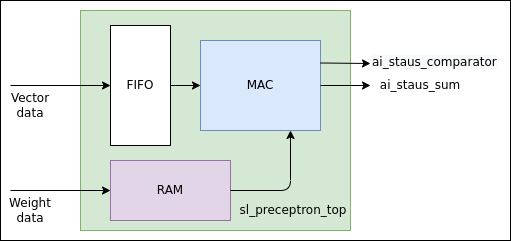
This is document/pic/sl_preceptron_dut.png from arunjeevaraj/sl_preceptron, a draw.io export, as it was before one commit. Source tidied: cells renumbered, new cells last; positions are measured from the earlier drawing's top-left corner, leaving out a move shared by most shapes. The source it was exported from:
```xml
<mxGraphModel>
  <root>
    <mxCell id="0" />
    <mxCell id="1" parent="0" />
    <mxCell id="2" style="rounded=0;whiteSpace=wrap;html=1;" parent="1" vertex="1">
      <mxGeometry width="510" height="240" as="geometry" />
    </mxCell>
    <mxCell id="3" style="rounded=0;whiteSpace=wrap;html=1;fillColor=#d5e8d4;strokeColor=#82b366;" parent="1" vertex="1">
      <mxGeometry x="80" y="10" width="270" height="220" as="geometry" />
    </mxCell>
    <mxCell id="4" value="FIFO" style="rounded=0;whiteSpace=wrap;html=1;" parent="1" vertex="1">
      <mxGeometry x="110" y="25" width="60" height="120" as="geometry" />
    </mxCell>
    <mxCell id="5" value="RAM" style="rounded=0;whiteSpace=wrap;html=1;fillColor=#e1d5e7;strokeColor=#9673a6;" parent="1" vertex="1">
      <mxGeometry x="110" y="160" width="120" height="60" as="geometry" />
    </mxCell>
    <mxCell id="6" value="MAC" style="rounded=0;whiteSpace=wrap;html=1;fillColor=#dae8fc;strokeColor=#6c8ebf;" parent="1" vertex="1">
      <mxGeometry x="200" y="40" width="120" height="90" as="geometry" />
    </mxCell>
    <mxCell id="7" style="endArrow=classic;html=1;" parent="1" edge="1" target="4">
      <mxGeometry relative="1" as="geometry">
        <mxPoint x="10" y="85" as="sourcePoint" />
      </mxGeometry>
    </mxCell>
    <mxCell id="8" style="endArrow=classic;html=1;exitX=1;exitY=0.25;exitDx=0;exitDy=0;entryX=0;entryY=0.5;entryDx=0;entryDy=0;" parent="1" edge="1" source="6" target="13">
      <mxGeometry relative="1" as="geometry" />
    </mxCell>
    <mxCell id="9" style="endArrow=classic;html=1;exitX=1;exitY=0.5;exitDx=0;exitDy=0;" parent="1" edge="1" source="6">
      <mxGeometry relative="1" as="geometry">
        <mxPoint x="370" y="85" as="targetPoint" />
      </mxGeometry>
    </mxCell>
    <mxCell id="10" style="endArrow=classic;html=1;exitX=1;exitY=0.5;exitDx=0;exitDy=0;entryX=0;entryY=0.5;entryDx=0;entryDy=0;" parent="1" edge="1" source="4" target="6">
      <mxGeometry relative="1" as="geometry" />
    </mxCell>
    <mxCell id="11" style="endArrow=classic;html=1;exitX=1;exitY=0.5;exitDx=0;exitDy=0;" parent="1" edge="1" source="5">
      <mxGeometry relative="1" as="geometry">
        <mxPoint x="290" y="130" as="targetPoint" />
        <Array as="points">
          <mxPoint x="290" y="190" />
        </Array>
      </mxGeometry>
    </mxCell>
    <mxCell id="12" value="ai_staus_sum" style="text;html=1;strokeColor=none;fillColor=none;align=center;verticalAlign=middle;whiteSpace=wrap;rounded=0;" parent="1" vertex="1">
      <mxGeometry x="370" y="75" width="100" height="20" as="geometry" />
    </mxCell>
    <mxCell id="13" value="&lt;span style=&quot;color: rgb(0 , 0 , 0) ; font-family: &amp;#34;helvetica&amp;#34; ; font-size: 12px ; font-style: normal ; font-weight: 400 ; letter-spacing: normal ; text-align: center ; text-indent: 0px ; text-transform: none ; word-spacing: 0px ; background-color: rgb(248 , 249 , 250) ; display: inline ; float: none&quot;&gt;ai_staus_comparator&lt;/span&gt;" style="text;whiteSpace=wrap;html=1;" parent="1" vertex="1">
      <mxGeometry x="370" y="48" width="110" height="30" as="geometry" />
    </mxCell>
    <mxCell id="14" style="endArrow=classic;html=1;entryX=0;entryY=0.5;entryDx=0;entryDy=0;" parent="1" edge="1" target="5">
      <mxGeometry relative="1" as="geometry">
        <mxPoint x="10" y="190" as="sourcePoint" />
      </mxGeometry>
    </mxCell>
    <mxCell id="15" value="Weight data" style="text;html=1;strokeColor=none;fillColor=none;align=center;verticalAlign=middle;whiteSpace=wrap;rounded=0;" parent="1" vertex="1">
      <mxGeometry x="10" y="200" width="40" height="20" as="geometry" />
    </mxCell>
    <mxCell id="16" value="Vector&lt;br&gt;data" style="text;html=1;strokeColor=none;fillColor=none;align=center;verticalAlign=middle;whiteSpace=wrap;rounded=0;" parent="1" vertex="1">
      <mxGeometry x="10" y="95" width="40" height="20" as="geometry" />
    </mxCell>
    <mxCell id="17" value="sl_preceptron_top" style="text;html=1;strokeColor=none;fillColor=none;align=center;verticalAlign=middle;whiteSpace=wrap;rounded=0;" parent="1" vertex="1">
      <mxGeometry x="268" y="200" width="50" height="20" as="geometry" />
    </mxCell>
  </root>
</mxGraphModel>
```
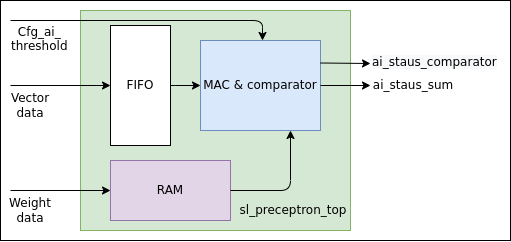
The same file after the commit.

Commit message:
added threshold signal

What changed in the source:
```diff
@@ -14,7 +14,7 @@
     <mxCell id="5" value="RAM" style="rounded=0;whiteSpace=wrap;html=1;fillColor=#e1d5e7;strokeColor=#9673a6;" parent="1" vertex="1">
       <mxGeometry x="110" y="160" width="120" height="60" as="geometry" />
     </mxCell>
-    <mxCell id="6" value="MAC" style="rounded=0;whiteSpace=wrap;html=1;fillColor=#dae8fc;strokeColor=#6c8ebf;" parent="1" vertex="1">
+    <mxCell id="6" value="MAC &amp;amp; comparator" style="rounded=0;whiteSpace=wrap;html=1;fillColor=#dae8fc;strokeColor=#6c8ebf;" parent="1" vertex="1">
       <mxGeometry x="200" y="40" width="120" height="90" as="geometry" />
     </mxCell>
     <mxCell id="7" style="endArrow=classic;html=1;" parent="1" edge="1" target="4">
@@ -42,7 +42,7 @@
       </mxGeometry>
     </mxCell>
     <mxCell id="12" value="ai_staus_sum" style="text;html=1;strokeColor=none;fillColor=none;align=center;verticalAlign=middle;whiteSpace=wrap;rounded=0;" parent="1" vertex="1">
-      <mxGeometry x="370" y="75" width="100" height="20" as="geometry" />
+      <mxGeometry x="363" y="75" width="100" height="20" as="geometry" />
     </mxCell>
     <mxCell id="13" value="&lt;span style=&quot;color: rgb(0 , 0 , 0) ; font-family: &amp;#34;helvetica&amp;#34; ; font-size: 12px ; font-style: normal ; font-weight: 400 ; letter-spacing: normal ; text-align: center ; text-indent: 0px ; text-transform: none ; word-spacing: 0px ; background-color: rgb(248 , 249 , 250) ; display: inline ; float: none&quot;&gt;ai_staus_comparator&lt;/span&gt;" style="text;whiteSpace=wrap;html=1;" parent="1" vertex="1">
       <mxGeometry x="370" y="48" width="110" height="30" as="geometry" />
@@ -61,5 +61,17 @@
     <mxCell id="17" value="sl_preceptron_top" style="text;html=1;strokeColor=none;fillColor=none;align=center;verticalAlign=middle;whiteSpace=wrap;rounded=0;" parent="1" vertex="1">
       <mxGeometry x="268" y="200" width="50" height="20" as="geometry" />
     </mxCell>
+    <mxCell id="18" style="endArrow=classic;html=1;entryX=0.5;entryY=0;entryDx=0;entryDy=0;" parent="1" edge="1">
+      <mxGeometry relative="1" as="geometry">
+        <mxPoint x="10" y="20" as="sourcePoint" />
+        <mxPoint x="262" y="40" as="targetPoint" />
+        <Array as="points">
+          <mxPoint x="262" y="20" />
+        </Array>
+      </mxGeometry>
+    </mxCell>
+    <mxCell id="19" value="&lt;div style=&quot;text-align: center&quot;&gt;&lt;span&gt;&lt;font face=&quot;helvetica&quot;&gt;Cfg_ai_&lt;/font&gt;&lt;/span&gt;&lt;/div&gt;&lt;div style=&quot;text-align: center&quot;&gt;&lt;span&gt;&lt;font face=&quot;helvetica&quot;&gt;threshold&lt;/font&gt;&lt;/span&gt;&lt;/div&gt;" style="text;whiteSpace=wrap;html=1;" parent="1" vertex="1">
+      <mxGeometry x="9" y="18" width="60" height="40" as="geometry" />
+    </mxCell>
   </root>
 </mxGraphModel>
```
